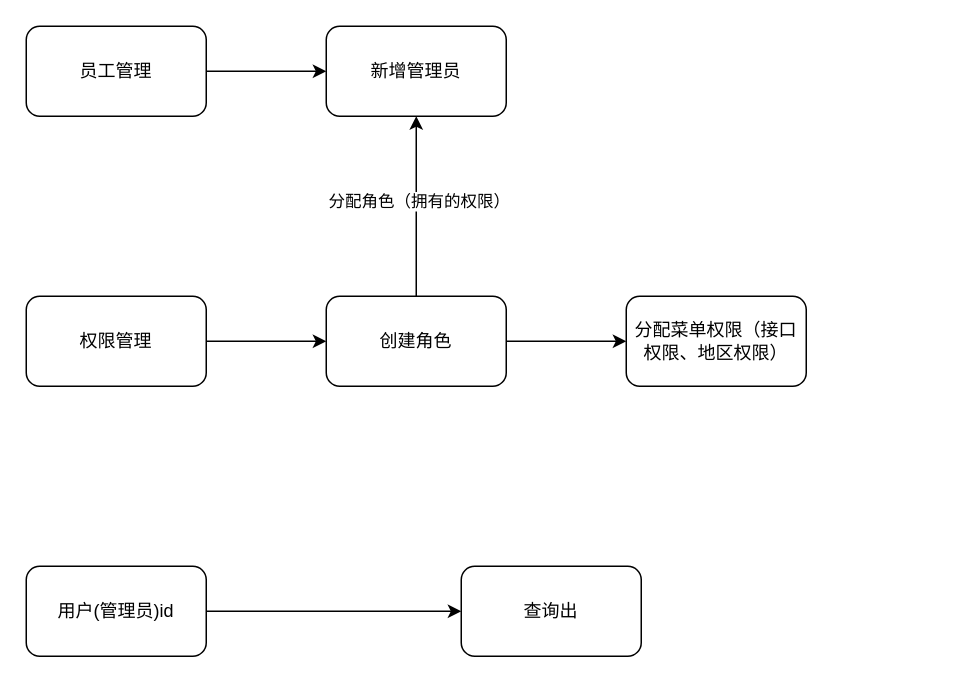
YYB1024/myRemoteRepo keeps this draw.io diagram as 婚奢汇业务流程图/区域加盟商.drawio. Above is the earlier version. Source tidied: cells renumbered, new cells numbered last; positions are measured from the earlier drawing's top-left corner, leaving out a move shared by most shapes. Both pictures are drawn from the tidied source at 150%, with x=0, y=0 at pixel (26, 26).
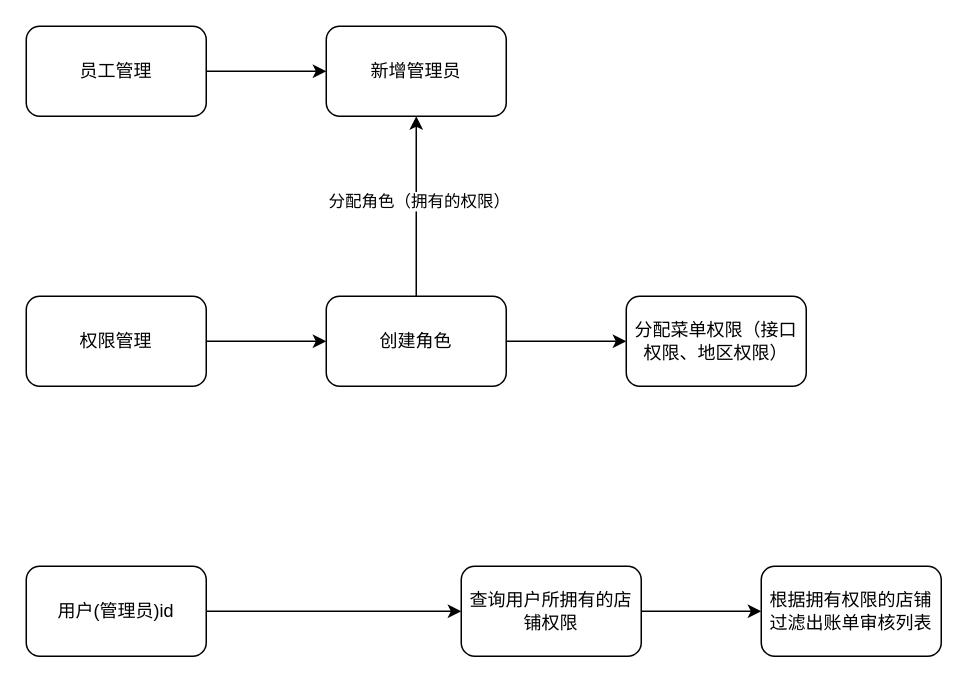
The same diagram, later.

Commit message:
更新区域加盟商.drawio

Change to the diagram source:
```diff
@@
 <mxGraphModel>
   <root>
     <mxCell id="0" />
     <mxCell id="1" parent="0" />
     <mxCell id="2" style="edgeStyle=orthogonalEdgeStyle;rounded=0;jettySize=auto;html=1;" parent="1" edge="1" source="3" target="7">
       <mxGeometry relative="1" as="geometry" />
     </mxCell>
     <mxCell id="3" value="权限管理" style="rounded=1;whiteSpace=wrap;html=1;" parent="1" vertex="1">
       <mxGeometry y="180" width="120" height="60" as="geometry" />
     </mxCell>
     <mxCell id="4" style="edgeStyle=orthogonalEdgeStyle;rounded=0;jettySize=auto;html=1;" parent="1" edge="1" source="7" target="8">
       <mxGeometry relative="1" as="geometry" />
     </mxCell>
     <mxCell id="5" style="edgeStyle=orthogonalEdgeStyle;rounded=0;jettySize=auto;html=1;" parent="1" edge="1" source="7" target="11">
       <mxGeometry relative="1" as="geometry" />
     </mxCell>
     <mxCell id="6" value="分配角色（拥有的权限）" style="edgeLabel;html=1;align=center;verticalAlign=middle;" parent="5" vertex="1">
       <mxGeometry x="0.06" y="-1" relative="1" as="geometry" />
     </mxCell>
     <mxCell id="7" value="创建角色" style="whiteSpace=wrap;html=1;rounded=1;" parent="1" vertex="1">
       <mxGeometry x="200" y="180" width="120" height="60" as="geometry" />
     </mxCell>
     <mxCell id="8" value="分配菜单权限（接口权限、地区权限）" style="whiteSpace=wrap;html=1;rounded=1;" parent="1" vertex="1">
       <mxGeometry x="400" y="180" width="120" height="60" as="geometry" />
     </mxCell>
     <mxCell id="9" style="edgeStyle=orthogonalEdgeStyle;rounded=0;jettySize=auto;html=1;" parent="1" edge="1" source="10" target="11">
       <mxGeometry relative="1" as="geometry" />
     </mxCell>
     <mxCell id="10" value="员工管理" style="rounded=1;whiteSpace=wrap;html=1;" parent="1" vertex="1">
       <mxGeometry width="120" height="60" as="geometry" />
     </mxCell>
     <mxCell id="11" value="新增管理员" style="whiteSpace=wrap;html=1;rounded=1;" parent="1" vertex="1">
       <mxGeometry x="200" width="120" height="60" as="geometry" />
     </mxCell>
     <mxCell id="12" style="edgeStyle=orthogonalEdgeStyle;rounded=0;jettySize=auto;html=1;" parent="1" edge="1" source="13" target="14">
       <mxGeometry relative="1" as="geometry" />
     </mxCell>
     <mxCell id="13" value="用户(管理员)id" style="rounded=1;whiteSpace=wrap;html=1;" parent="1" vertex="1">
       <mxGeometry y="360" width="120" height="60" as="geometry" />
     </mxCell>
+    <mxCell id="15" style="edgeStyle=orthogonalEdgeStyle;rounded=0;jettySize=auto;html=1;" parent="1" edge="1" source="14" target="16">
+      <mxGeometry relative="1" as="geometry" />
+    </mxCell>
-    <mxCell id="14" value="查询出" style="whiteSpace=wrap;html=1;rounded=1;" parent="1" vertex="1">
+    <mxCell id="14" value="查询用户所拥有的店铺权限" style="whiteSpace=wrap;html=1;rounded=1;" parent="1" vertex="1">
       <mxGeometry x="290" y="360" width="120" height="60" as="geometry" />
     </mxCell>
+    <mxCell id="16" value="根据拥有权限的店铺过滤出账单审核列表" style="whiteSpace=wrap;html=1;rounded=1;" parent="1" vertex="1">
+      <mxGeometry x="490" y="360" width="120" height="60" as="geometry" />
+    </mxCell>
   </root>
 </mxGraphModel>
```
